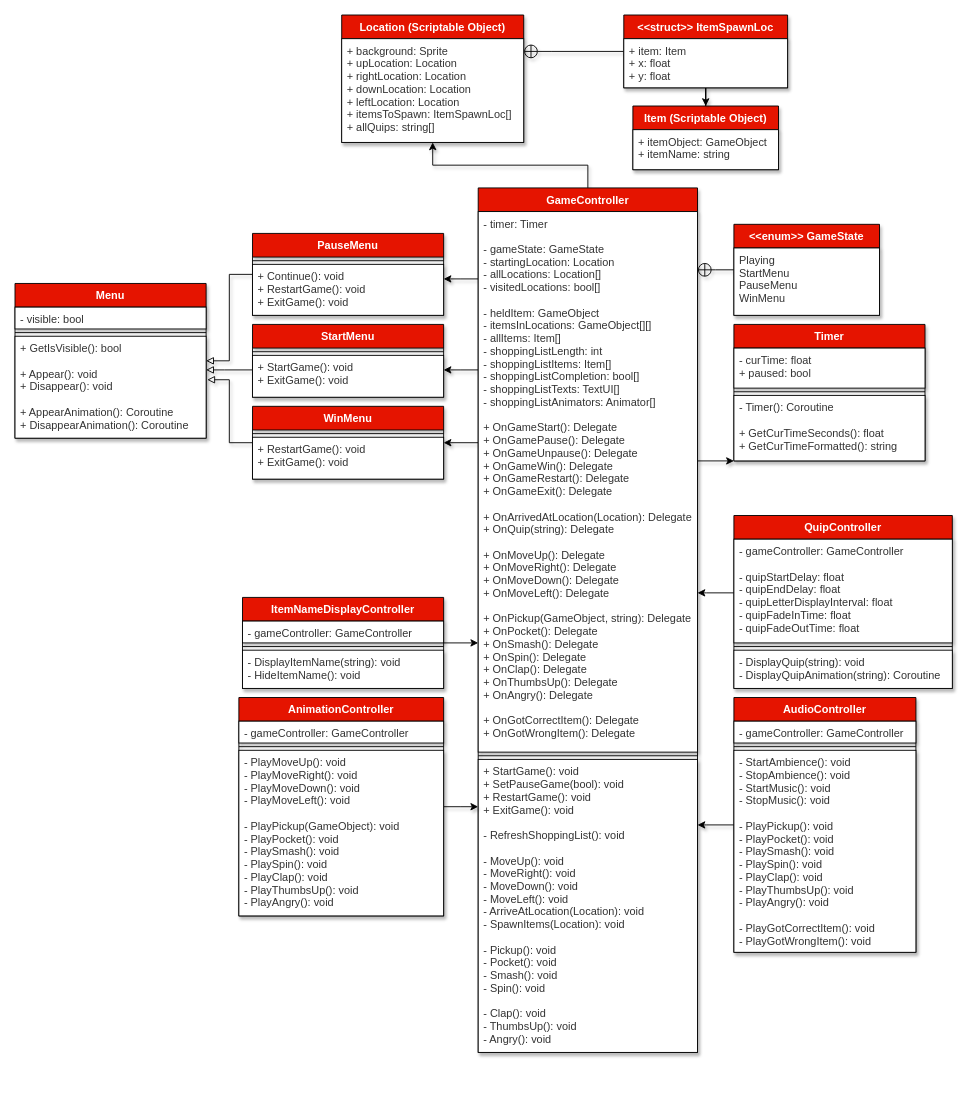
The draw.io diagram Trapped in Costco UML.drawio in BagelMaster5000/Trapped-In-Costco, before the edit. Source tidied: cells renumbered, new cells numbered last; positions are measured from the earlier drawing's top-left corner, leaving out a move shared by most shapes. Both pictures are drawn from the tidied source at 91%, with x=0, y=0 at pixel (15, 15).
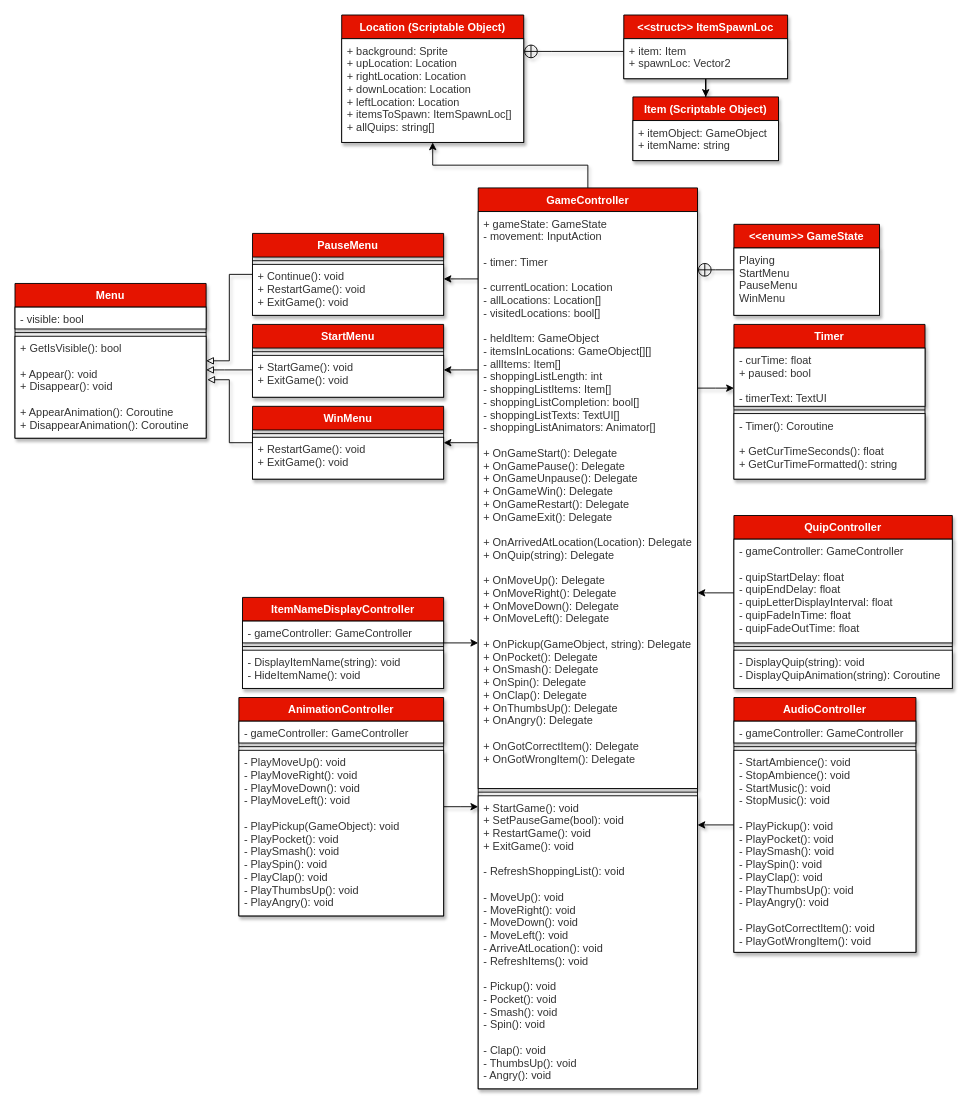
The same page after the edit.

The change refers to these unchanged cells:
```xml
<mxCell id="22" value="PauseMenu" style="swimlane;fontStyle=1;align=center;verticalAlign=top;horizontal=1;startSize=26;fillColor=#e51400;labelBackgroundColor=none;labelBorderColor=none;shadow=1;fontColor=#ffffff;" parent="1" vertex="1">
  <mxGeometry x="261" y="240" width="210" height="90" as="geometry" />
</mxCell>
<mxCell id="26" value="StartMenu" style="swimlane;fontStyle=1;align=center;verticalAlign=top;horizontal=1;startSize=26;fillColor=#e51400;labelBackgroundColor=none;labelBorderColor=none;shadow=1;fontColor=#ffffff;" parent="1" vertex="1">
  <mxGeometry x="261" y="340" width="210" height="80" as="geometry" />
</mxCell>
<mxCell id="30" value="WinMenu" style="swimlane;fontStyle=1;align=center;verticalAlign=top;horizontal=1;startSize=26;fillColor=#e51400;labelBackgroundColor=none;labelBorderColor=none;shadow=1;fontColor=#ffffff;" parent="1" vertex="1">
  <mxGeometry x="261" y="430" width="210" height="80" as="geometry" />
</mxCell>
<mxCell id="53" value="Menu" style="swimlane;fontStyle=1;align=center;verticalAlign=top;horizontal=1;startSize=26;fillColor=#e51400;labelBackgroundColor=none;labelBorderColor=none;shadow=1;fontColor=#ffffff;" parent="1" vertex="1">
  <mxGeometry y="295" width="210" height="170" as="geometry" />
</mxCell>
<mxCell id="56" value="+ GetIsVisible(): bool&#10;&#10;+ Appear(): void&#10;+ Disappear(): void&#10;&#10;+ AppearAnimation(): Coroutine&#10;+ DisappearAnimation(): Coroutine" style="text;align=left;verticalAlign=top;spacingLeft=4;spacingRight=4;overflow=hidden;points=[[0,0.5],[1,0.5]];portConstraint=eastwest;fillColor=#FFFFFF;labelBackgroundColor=none;labelBorderColor=none;fontColor=#333333;shadow=1;strokeColor=#000000;" parent="53" vertex="1">
  <mxGeometry y="58" width="210" height="112" as="geometry" />
</mxCell>
```

What changed in the source:
```diff
@@
     <mxCell id="2" value="Item (Scriptable Object)" style="swimlane;fontStyle=1;align=center;verticalAlign=top;horizontal=1;startSize=26;fillColor=#e51400;labelBackgroundColor=none;labelBorderColor=none;shadow=1;fontColor=#ffffff;" parent="1" vertex="1">
-      <mxGeometry x="679" y="100" width="160" height="70" as="geometry" />
+      <mxGeometry x="679" y="90" width="160" height="70" as="geometry" />
     </mxCell>
@@
     <mxCell id="7" style="edgeStyle=orthogonalEdgeStyle;rounded=0;jettySize=auto;html=1;fillColor=#FFFFFF;labelBackgroundColor=none;labelBorderColor=none;shadow=1;" parent="1" edge="1" source="10" target="14">
       <mxGeometry relative="1" as="geometry">
         <Array as="points">
-          <mxPoint x="740" y="415" />
-          <mxPoint x="740" y="415" />
+          <mxPoint x="770" y="410" />
+          <mxPoint x="770" y="410" />
         </Array>
       </mxGeometry>
     </mxCell>
@@
     <mxCell id="10" value="GameController" style="swimlane;fontStyle=1;align=center;verticalAlign=top;horizontal=1;startSize=26;fillColor=#e51400;labelBackgroundColor=none;labelBorderColor=none;shadow=1;fontColor=#ffffff;" parent="1" vertex="1">
-      <mxGeometry x="509" y="190" width="241" height="950" as="geometry" />
+      <mxGeometry x="509" y="190" width="241" height="990" as="geometry" />
     </mxCell>
-    <mxCell id="11" value="- timer: Timer&#10;&#10;- gameState: GameState&#10;- startingLocation: Location&#10;- allLocations: Location[]&#10;- visitedLocations: bool[]&#10;&#10;- heldItem: GameObject&#10;- itemsInLocations: GameObject[][]&#10;- allItems: Item[]&#10;- shoppingListLength: int&#10;- shoppingListItems: Item[]&#10;- shoppingListCompletion: bool[]&#10;- shoppingListTexts: TextUI[]&#10;- shoppingListAnimators: Animator[]&#10;&#10;+ OnGameStart(): Delegate&#10;+ OnGamePause(): Delegate&#10;+ OnGameUnpause(): Delegate&#10;+ OnGameWin(): Delegate&#10;+ OnGameRestart(): Delegate&#10;+ OnGameExit(): Delegate&#10;&#10;+ OnArrivedAtLocation(Location): Delegate&#10;+ OnQuip(string): Delegate&#10;&#10;+ OnMoveUp(): Delegate&#10;+ OnMoveRight(): Delegate&#10;+ OnMoveDown(): Delegate&#10;+ OnMoveLeft(): Delegate&#10;&#10;+ OnPickup(GameObject, string): Delegate&#10;+ OnPocket(): Delegate&#10;+ OnSmash(): Delegate&#10;+ OnSpin(): Delegate&#10;+ OnClap(): Delegate&#10;+ OnThumbsUp(): Delegate&#10;+ OnAngry(): Delegate&#10;&#10;+ OnGotCorrectItem(): Delegate&#10;+ OnGotWrongItem(): Delegate&#10;" style="text;align=left;verticalAlign=top;spacingLeft=4;spacingRight=4;overflow=hidden;fillColor=#FFFFFF;labelBackgroundColor=none;labelBorderColor=none;fontColor=#333333;shadow=1;strokeColor=#000000;" parent="10" vertex="1">
-      <mxGeometry y="26" width="241" height="594" as="geometry" />
+    <mxCell id="11" value="+ gameState: GameState&#10;- movement: InputAction&#10;&#10;- timer: Timer&#10;&#10;- currentLocation: Location&#10;- allLocations: Location[]&#10;- visitedLocations: bool[]&#10;&#10;- heldItem: GameObject&#10;- itemsInLocations: GameObject[][]&#10;- allItems: Item[]&#10;- shoppingListLength: int&#10;- shoppingListItems: Item[]&#10;- shoppingListCompletion: bool[]&#10;- shoppingListTexts: TextUI[]&#10;- shoppingListAnimators: Animator[]&#10;&#10;+ OnGameStart(): Delegate&#10;+ OnGamePause(): Delegate&#10;+ OnGameUnpause(): Delegate&#10;+ OnGameWin(): Delegate&#10;+ OnGameRestart(): Delegate&#10;+ OnGameExit(): Delegate&#10;&#10;+ OnArrivedAtLocation(Location): Delegate&#10;+ OnQuip(string): Delegate&#10;&#10;+ OnMoveUp(): Delegate&#10;+ OnMoveRight(): Delegate&#10;+ OnMoveDown(): Delegate&#10;+ OnMoveLeft(): Delegate&#10;&#10;+ OnPickup(GameObject, string): Delegate&#10;+ OnPocket(): Delegate&#10;+ OnSmash(): Delegate&#10;+ OnSpin(): Delegate&#10;+ OnClap(): Delegate&#10;+ OnThumbsUp(): Delegate&#10;+ OnAngry(): Delegate&#10;&#10;+ OnGotCorrectItem(): Delegate&#10;+ OnGotWrongItem(): Delegate&#10;" style="text;align=left;verticalAlign=top;spacingLeft=4;spacingRight=4;overflow=hidden;fillColor=#FFFFFF;labelBackgroundColor=none;labelBorderColor=none;fontColor=#333333;shadow=1;strokeColor=#000000;" parent="10" vertex="1">
+      <mxGeometry y="26" width="241" height="634" as="geometry" />
     </mxCell>
     <mxCell id="12" style="line;strokeWidth=1;align=left;verticalAlign=middle;spacingTop=-1;spacingLeft=3;spacingRight=3;labelPosition=right;fillColor=#FFFFFF;labelBackgroundColor=none;labelBorderColor=none;fontColor=#333333;shadow=1;" parent="10" vertex="1">
-      <mxGeometry y="620" width="241" height="8" as="geometry" />
+      <mxGeometry y="660" width="241" height="8" as="geometry" />
     </mxCell>
-    <mxCell id="13" value="+ StartGame(): void&#10;+ SetPauseGame(bool): void&#10;+ RestartGame(): void&#10;+ ExitGame(): void&#10;&#10;- RefreshShoppingList(): void&#10;&#10;- MoveUp(): void&#10;- MoveRight(): void&#10;- MoveDown(): void&#10;- MoveLeft(): void&#10;- ArriveAtLocation(Location): void&#10;- SpawnItems(Location): void&#10;&#10;- Pickup(): void&#10;- Pocket(): void&#10;- Smash(): void&#10;- Spin(): void&#10;&#10;- Clap(): void&#10;- ThumbsUp(): void&#10;- Angry(): void" style="text;align=left;verticalAlign=top;spacingLeft=4;spacingRight=4;overflow=hidden;fillColor=#FFFFFF;labelBackgroundColor=none;labelBorderColor=none;fontColor=#333333;shadow=1;strokeColor=#000000;" parent="10" vertex="1">
-      <mxGeometry y="628" width="241" height="322" as="geometry" />
+    <mxCell id="13" value="+ StartGame(): void&#10;+ SetPauseGame(bool): void&#10;+ RestartGame(): void&#10;+ ExitGame(): void&#10;&#10;- RefreshShoppingList(): void&#10;&#10;- MoveUp(): void&#10;- MoveRight(): void&#10;- MoveDown(): void&#10;- MoveLeft(): void&#10;- ArriveAtLocation(): void&#10;- RefreshItems(): void&#10;&#10;- Pickup(): void&#10;- Pocket(): void&#10;- Smash(): void&#10;- Spin(): void&#10;&#10;- Clap(): void&#10;- ThumbsUp(): void&#10;- Angry(): void" style="text;align=left;verticalAlign=top;spacingLeft=4;spacingRight=4;overflow=hidden;fillColor=#FFFFFF;labelBackgroundColor=none;labelBorderColor=none;fontColor=#333333;shadow=1;strokeColor=#000000;" parent="10" vertex="1">
+      <mxGeometry y="668" width="241" height="322" as="geometry" />
     </mxCell>
     <mxCell id="14" value="Timer" style="swimlane;fontStyle=1;align=center;verticalAlign=top;horizontal=1;startSize=26;fillColor=#e51400;labelBackgroundColor=none;labelBorderColor=none;shadow=1;fontColor=#ffffff;" parent="1" vertex="1">
-      <mxGeometry x="790" y="340" width="210" height="150" as="geometry" />
+      <mxGeometry x="790" y="340" width="210" height="170" as="geometry" />
     </mxCell>
-    <mxCell id="15" value="- curTime: float&#10;+ paused: bool" style="text;align=left;verticalAlign=top;spacingLeft=4;spacingRight=4;overflow=hidden;fillColor=#FFFFFF;labelBackgroundColor=none;labelBorderColor=none;fontColor=#333333;shadow=1;strokeColor=#000000;" parent="14" vertex="1">
-      <mxGeometry y="26" width="210" height="44" as="geometry" />
+    <mxCell id="15" value="- curTime: float&#10;+ paused: bool&#10;&#10;- timerText: TextUI" style="text;align=left;verticalAlign=top;spacingLeft=4;spacingRight=4;overflow=hidden;fillColor=#FFFFFF;labelBackgroundColor=none;labelBorderColor=none;fontColor=#333333;shadow=1;strokeColor=#000000;" parent="14" vertex="1">
+      <mxGeometry y="26" width="210" height="64" as="geometry" />
     </mxCell>
     <mxCell id="16" style="line;strokeWidth=1;align=left;verticalAlign=middle;spacingTop=-1;spacingLeft=3;spacingRight=3;labelPosition=right;fillColor=#FFFFFF;labelBackgroundColor=none;labelBorderColor=none;fontColor=#333333;shadow=1;" parent="14" vertex="1">
-      <mxGeometry y="70" width="210" height="8" as="geometry" />
+      <mxGeometry y="90" width="210" height="8" as="geometry" />
     </mxCell>
     <mxCell id="17" value="- Timer(): Coroutine&#10;&#10;+ GetCurTimeSeconds(): float&#10;+ GetCurTimeFormatted(): string" style="text;align=left;verticalAlign=top;spacingLeft=4;spacingRight=4;overflow=hidden;fillColor=#FFFFFF;labelBackgroundColor=none;labelBorderColor=none;fontColor=#333333;shadow=1;strokeColor=#000000;" parent="14" vertex="1">
-      <mxGeometry y="78" width="210" height="72" as="geometry" />
+      <mxGeometry y="98" width="210" height="72" as="geometry" />
     </mxCell>
@@
-    <mxCell id="21" style="edgeStyle=orthogonalEdgeStyle;rounded=0;jettySize=auto;html=1;shadow=1;labelBackgroundColor=none;startArrow=none;startFill=0;endArrow=block;endFill=0;strokeColor=#000000;fillColor=#FFFFFF;" parent="1" edge="1" source="22" target="53">
+    <mxCell id="21" style="edgeStyle=orthogonalEdgeStyle;rounded=0;jettySize=auto;html=1;shadow=1;labelBackgroundColor=none;startArrow=none;startFill=0;endArrow=block;endFill=0;" parent="1" edge="1" source="22" target="53">
       <mxGeometry relative="1" as="geometry" />
     </mxCell>
@@
-    <mxCell id="25" style="edgeStyle=orthogonalEdgeStyle;rounded=0;jettySize=auto;html=1;shadow=1;labelBackgroundColor=none;startArrow=none;startFill=0;endArrow=block;endFill=0;strokeColor=#000000;fillColor=#FFFFFF;" parent="1" edge="1" source="26" target="53">
+    <mxCell id="25" style="edgeStyle=orthogonalEdgeStyle;rounded=0;jettySize=auto;html=1;shadow=1;labelBackgroundColor=none;startArrow=none;startFill=0;endArrow=block;endFill=0;" parent="1" edge="1" source="26" target="53">
       <mxGeometry relative="1" as="geometry">
         <Array as="points">
           <mxPoint x="230" y="390" />
           <mxPoint x="230" y="390" />
         </Array>
       </mxGeometry>
     </mxCell>
@@
-    <mxCell id="29" style="edgeStyle=orthogonalEdgeStyle;rounded=0;jettySize=auto;html=1;shadow=1;labelBackgroundColor=none;startArrow=none;startFill=0;endArrow=block;endFill=0;strokeColor=#000000;fillColor=#FFFFFF;entryX=1.006;entryY=0.427;entryDx=0;entryDy=0;entryPerimeter=0;" parent="1" edge="1" source="30" target="56">
+    <mxCell id="29" style="edgeStyle=orthogonalEdgeStyle;rounded=0;jettySize=auto;html=1;shadow=1;labelBackgroundColor=none;startArrow=none;startFill=0;endArrow=block;endFill=0;entryX=1.006;entryY=0.427;entryDx=0;entryDy=0;entryPerimeter=0;" parent="1" edge="1" source="30" target="56">
       <mxGeometry relative="1" as="geometry" />
     </mxCell>
@@
     <mxCell id="44" value="&lt;&lt;struct&gt;&gt; ItemSpawnLoc" style="swimlane;fontStyle=1;align=center;verticalAlign=top;horizontal=1;startSize=26;fillColor=#e51400;labelBackgroundColor=none;labelBorderColor=none;shadow=1;fontColor=#ffffff;" parent="1" vertex="1">
-      <mxGeometry x="669" width="180" height="80" as="geometry" />
+      <mxGeometry x="669" width="180" height="70" as="geometry" />
     </mxCell>
-    <mxCell id="45" value="+ item: Item&#10;+ x: float&#10;+ y: float" style="text;align=left;verticalAlign=top;spacingLeft=4;spacingRight=4;overflow=hidden;fillColor=#FFFFFF;labelBackgroundColor=none;labelBorderColor=none;fontColor=#333333;shadow=1;strokeColor=#000000;" parent="44" vertex="1">
-      <mxGeometry y="26" width="180" height="54" as="geometry" />
+    <mxCell id="45" value="+ item: Item&#10;+ spawnLoc: Vector2" style="text;align=left;verticalAlign=top;spacingLeft=4;spacingRight=4;overflow=hidden;fillColor=#FFFFFF;labelBackgroundColor=none;labelBorderColor=none;fontColor=#333333;shadow=1;strokeColor=#000000;" parent="44" vertex="1">
+      <mxGeometry y="26" width="180" height="44" as="geometry" />
     </mxCell>
```
